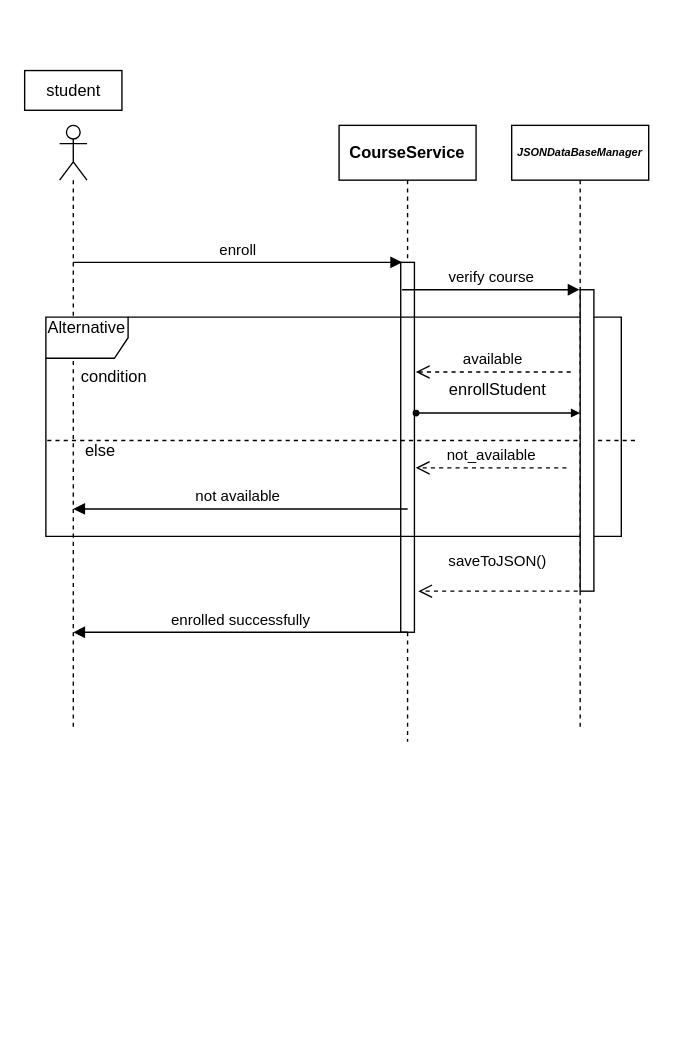
Above: docs/uml/sequence-diagram.drawio in mohandLOL1/skillforge (draw.io), before the change. Source tidied: cells renumbered, new cells numbered last; positions are measured from the earlier drawing's top-left corner, leaving out a move shared by most shapes. Both pictures are drawn from the tidied source at 137%, with x=0, y=0 at pixel (23, 70).
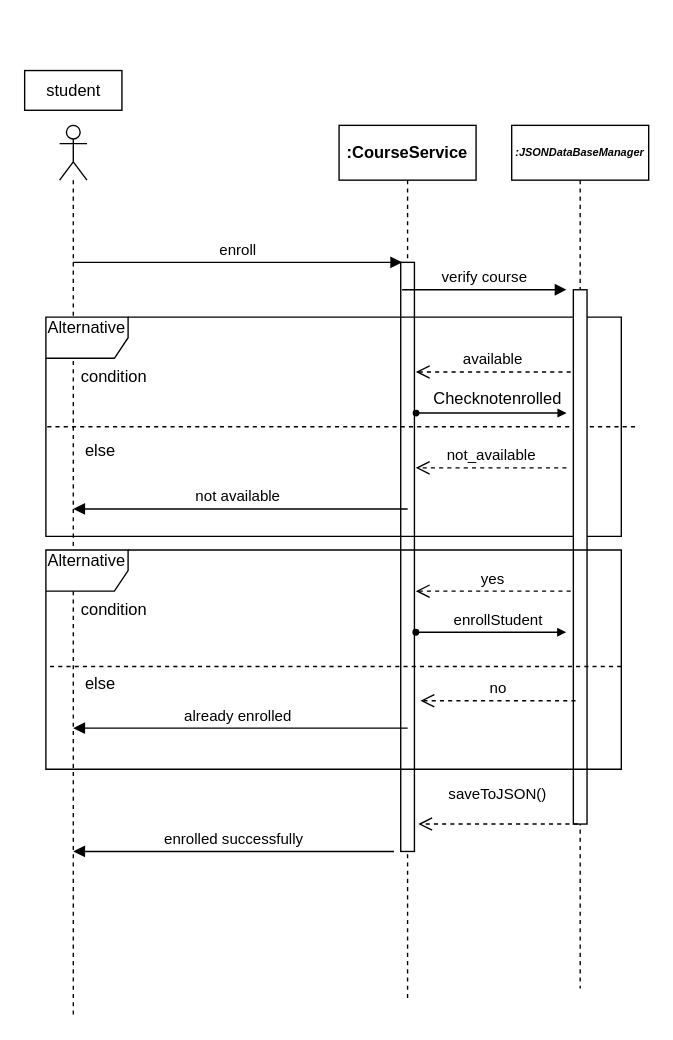
After the change.

The edit, as a diff of the source:
```diff
@@
-    <mxCell id="2" value="&lt;div&gt;&lt;span style=&quot;font-weight: 700;&quot;&gt;CourseService&lt;/span&gt;&lt;/div&gt;" style="shape=umlLifeline;perimeter=lifelinePerimeter;whiteSpace=wrap;html=1;newEdgeStyle={&quot;curved&quot;:0,&quot;rounded&quot;:0};" parent="1" vertex="1">
-      <mxGeometry x="230" y="40" width="100" height="450" as="geometry" />
+    <mxCell id="2" value="&lt;div&gt;&lt;span style=&quot;font-weight: 700;&quot;&gt;:CourseService&lt;/span&gt;&lt;/div&gt;" style="shape=umlLifeline;perimeter=lifelinePerimeter;whiteSpace=wrap;html=1;newEdgeStyle={&quot;curved&quot;:0,&quot;rounded&quot;:0};" parent="1" vertex="1">
+      <mxGeometry x="230" y="40" width="100" height="640" as="geometry" />
     </mxCell>
     <mxCell id="3" style="html=1;perimeter=orthogonalPerimeter;targetShapes=umlLifeline;newEdgeStyle={&quot;curved&quot;:0,&quot;rounded&quot;:0};" parent="2" vertex="1">
-      <mxGeometry x="45" y="100" width="10" height="270" as="geometry" />
+      <mxGeometry x="45" y="100" width="10" height="430" as="geometry" />
     </mxCell>
-    <mxCell id="4" value="&lt;i style=&quot;font-weight: 700;&quot;&gt;JSONDataBaseManager&lt;/i&gt;" style="shape=umlLifeline;perimeter=lifelinePerimeter;whiteSpace=wrap;html=1;outlineConnect=0;portConstraint=eastwest;newEdgeStyle={&quot;curved&quot;:0,&quot;rounded&quot;:0};fontSize=8;" parent="1" vertex="1">
-      <mxGeometry x="356" y="40" width="100" height="440" as="geometry" />
+    <mxCell id="4" value="&lt;i style=&quot;font-weight: 700;&quot;&gt;:JSONDataBaseManager&lt;/i&gt;" style="shape=umlLifeline;perimeter=lifelinePerimeter;whiteSpace=wrap;html=1;outlineConnect=0;portConstraint=eastwest;newEdgeStyle={&quot;curved&quot;:0,&quot;rounded&quot;:0};fontSize=8;" parent="1" vertex="1">
+      <mxGeometry x="356" y="40" width="100" height="630" as="geometry" />
     </mxCell>
     <mxCell id="5" style="shape=umlLifeline;perimeter=lifelinePerimeter;whiteSpace=wrap;html=1;newEdgeStyle={&quot;curved&quot;:0,&quot;rounded&quot;:0};participant=umlActor;" parent="1" vertex="1">
-      <mxGeometry x="26" y="40" width="20" height="440" as="geometry" />
+      <mxGeometry x="26" y="40" width="20" height="650" as="geometry" />
     </mxCell>
@@
     <mxCell id="9" value="&lt;div&gt;&lt;br&gt;&lt;/div&gt;&lt;div&gt;&lt;br&gt;&lt;/div&gt;" style="shape=umlLifeline;perimeter=lifelinePerimeter;whiteSpace=wrap;html=1;newEdgeStyle={&quot;curved&quot;:0,&quot;rounded&quot;:0};size=0;direction=south;" parent="1" vertex="1">
-      <mxGeometry x="16" y="160" width="430" height="220" as="geometry" />
+      <mxGeometry x="16" y="-20" width="430" height="560" as="geometry" />
     </mxCell>
     <mxCell id="10" style="html=1;perimeter=orthogonalPerimeter;targetShapes=umlLifeline;newEdgeStyle={&quot;curved&quot;:0,&quot;rounded&quot;:0};" parent="9" vertex="1">
-      <mxGeometry x="390" width="10" height="220" as="geometry" />
+      <mxGeometry x="385" y="180" width="10" height="390" as="geometry" />
     </mxCell>
     <mxCell id="11" value="&lt;div&gt;&lt;br&gt;&lt;/div&gt;" style="html=1;verticalAlign=bottom;startArrow=oval;startFill=1;endArrow=block;startSize=4;curved=0;rounded=0;endSize=4;" parent="1" edge="1">
       <mxGeometry y="90" relative="1" as="geometry">
         <mxPoint x="286.2" y="250" as="sourcePoint" />
-        <mxPoint x="405.8" y="250" as="targetPoint" />
+        <mxPoint x="396" y="250" as="targetPoint" />
       </mxGeometry>
     </mxCell>
-    <mxCell id="12" value="enrollStudent&lt;div&gt;&lt;br&gt;&lt;/div&gt;" style="text;html=1;whiteSpace=wrap;strokeColor=none;fillColor=none;align=center;verticalAlign=middle;rounded=0;" parent="1" vertex="1">
+    <mxCell id="12" value="Checknotenrolled" style="text;html=1;whiteSpace=wrap;strokeColor=none;fillColor=none;align=center;verticalAlign=middle;rounded=0;" parent="1" vertex="1">
       <mxGeometry x="306" y="230" width="80" height="20" as="geometry" />
     </mxCell>
     <mxCell id="13" value="&amp;nbsp;saveToJSON()&lt;div&gt;&lt;br&gt;&lt;/div&gt;" style="html=1;verticalAlign=bottom;endArrow=open;dashed=1;endSize=8;curved=0;rounded=0;" parent="1" edge="1">
       <mxGeometry x="0.03" relative="1" as="geometry">
-        <mxPoint x="404.2" y="380" as="sourcePoint" />
-        <mxPoint x="287.8" y="380" as="targetPoint" />
+        <mxPoint x="404.2" y="550" as="sourcePoint" />
+        <mxPoint x="287.8" y="550" as="targetPoint" />
         <Array as="points">
-          <mxPoint x="344.2" y="380" />
+          <mxPoint x="344.2" y="550" />
         </Array>
       </mxGeometry>
     </mxCell>
@@
     <mxCell id="16" value="enrolled&amp;nbsp;successfully" style="html=1;verticalAlign=bottom;endArrow=block;curved=0;rounded=0;" parent="1" edge="1">
       <mxGeometry relative="1" as="geometry">
-        <mxPoint x="280.1" y="410" as="sourcePoint" />
-        <mxPoint x="36" y="410" as="targetPoint" />
+        <mxPoint x="270.1" y="570" as="sourcePoint" />
+        <mxPoint x="36" y="570" as="targetPoint" />
       </mxGeometry>
     </mxCell>
@@
-    <mxCell id="20" value="verify course" style="html=1;verticalAlign=bottom;endArrow=block;curved=0;rounded=0;" parent="1" edge="1" target="4">
+    <mxCell id="20" value="verify course" style="html=1;verticalAlign=bottom;endArrow=block;curved=0;rounded=0;" parent="1" edge="1">
       <mxGeometry relative="1" as="geometry">
         <mxPoint x="276" y="160" as="sourcePoint" />
+        <mxPoint x="396" y="160" as="targetPoint" />
       </mxGeometry>
     </mxCell>
+    <mxCell id="21" value="Alternative&lt;div&gt;&lt;br&gt;&lt;/div&gt;" style="shape=umlFrame;whiteSpace=wrap;html=1;" parent="1" vertex="1">
+      <mxGeometry x="16" y="350" width="420" height="160" as="geometry" />
+    </mxCell>
+    <mxCell id="22" value="condition&lt;div&gt;&lt;br&gt;&lt;/div&gt;" style="text;html=1;whiteSpace=wrap;strokeColor=none;fillColor=none;align=center;verticalAlign=middle;rounded=0;" parent="1" vertex="1">
+      <mxGeometry x="36" y="400" width="60" as="geometry" />
+    </mxCell>
+    <mxCell id="23" value="else&lt;div&gt;&lt;br&gt;&lt;/div&gt;" style="text;html=1;whiteSpace=wrap;strokeColor=none;fillColor=none;align=center;verticalAlign=middle;rounded=0;" parent="1" vertex="1">
+      <mxGeometry x="26" y="450" width="60" height="10" as="geometry" />
+    </mxCell>
+    <mxCell id="24" style="shape=umlLifeline;perimeter=lifelinePerimeter;whiteSpace=wrap;html=1;newEdgeStyle={&quot;curved&quot;:0,&quot;rounded&quot;:0};size=0;direction=south;" parent="1" vertex="1">
+      <mxGeometry x="16" y="400" width="420" height="70" as="geometry" />
+    </mxCell>
+    <mxCell id="25" value="yes" style="html=1;verticalAlign=bottom;endArrow=open;dashed=1;endSize=8;curved=0;rounded=0;" parent="1" edge="1">
+      <mxGeometry relative="1" as="geometry">
+        <mxPoint x="399.1" y="380" as="sourcePoint" />
+        <mxPoint x="286" y="380" as="targetPoint" />
+        <Array as="points">
+          <mxPoint x="389.1" y="380" />
+        </Array>
+      </mxGeometry>
+    </mxCell>
+    <mxCell id="26" value="enrollStudent" style="html=1;verticalAlign=bottom;startArrow=oval;startFill=1;endArrow=block;startSize=4;curved=0;rounded=0;endSize=4;" parent="1" edge="1">
+      <mxGeometry x="0.09" relative="1" as="geometry">
+        <mxPoint x="286" y="410" as="sourcePoint" />
+        <mxPoint x="395.8" y="410" as="targetPoint" />
+      </mxGeometry>
+    </mxCell>
+    <mxCell id="27" value="no" style="html=1;verticalAlign=bottom;endArrow=open;dashed=1;endSize=8;curved=0;rounded=0;" parent="1" edge="1">
+      <mxGeometry relative="1" as="geometry">
+        <mxPoint x="402.6" y="460" as="sourcePoint" />
+        <mxPoint x="289.4" y="460" as="targetPoint" />
+        <Array as="points">
+          <mxPoint x="392.6" y="460" />
+        </Array>
+      </mxGeometry>
+    </mxCell>
+    <mxCell id="28" value="already enrolled" style="html=1;verticalAlign=bottom;endArrow=block;curved=0;rounded=0;" parent="1" edge="1">
+      <mxGeometry x="0.02" relative="1" as="geometry">
+        <mxPoint x="280.1" y="480" as="sourcePoint" />
+        <mxPoint x="36" y="480" as="targetPoint" />
+      </mxGeometry>
+    </mxCell>
```
